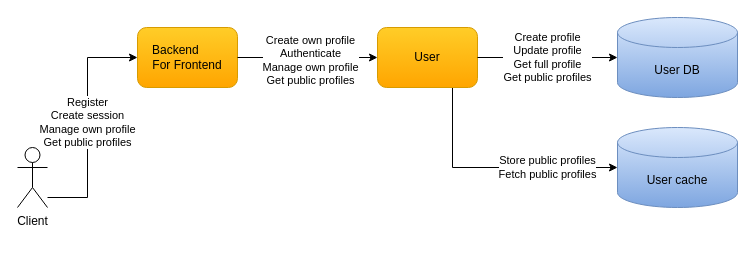
Above: docs/diagrams/cecochat-09-users.drawio in cvetomir-todorov/CecoChat (draw.io), before the change. Source tidied: cells renumbered, new cells numbered last; positions are measured from the earlier drawing's top-left corner, leaving out a move shared by most shapes. Both pictures are drawn from the tidied source at 100%, with x=0, y=0 at pixel (17, 17).
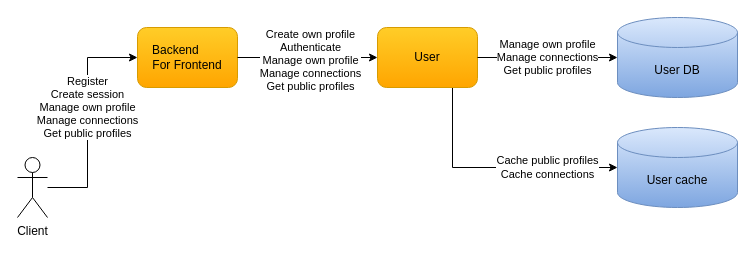
The same page after the edit.

Commit message (it also covers changes not shown here):
Update diagrams and images with the connections invite/approve/cancel/remove feature

The edit, as a diff of the source:
```diff
@@
 <mxGraphModel>
   <root>
     <mxCell id="0" />
     <mxCell id="1" parent="0" />
-    <mxCell id="2" value="Register&lt;br style=&quot;border-color: var(--border-color);&quot;&gt;Create session&lt;br style=&quot;border-color: var(--border-color);&quot;&gt;Manage own&amp;nbsp;profile&lt;br style=&quot;border-color: var(--border-color);&quot;&gt;Get public profiles" style="edgeStyle=orthogonalEdgeStyle;rounded=0;jettySize=auto;html=1;entryX=0;entryY=0.5;entryDx=0;entryDy=0;" parent="1" edge="1" source="3" target="4">
-      <mxGeometry relative="1" as="geometry">
+    <mxCell id="2" value="Register&lt;br style=&quot;border-color: var(--border-color);&quot;&gt;Create session&lt;br style=&quot;border-color: var(--border-color);&quot;&gt;Manage own&amp;nbsp;profile&lt;br style=&quot;border-color: var(--border-color);&quot;&gt;Manage connections&lt;br style=&quot;border-color: var(--border-color);&quot;&gt;Get public profiles" style="edgeStyle=orthogonalEdgeStyle;rounded=0;jettySize=auto;html=1;entryX=0;entryY=0.5;entryDx=0;entryDy=0;" parent="1" edge="1" source="3" target="4">
+      <mxGeometry x="0.09" relative="1" as="geometry">
         <Array as="points">
-          <mxPoint x="70" y="180" />
+          <mxPoint x="70" y="170" />
           <mxPoint x="70" y="40" />
         </Array>
       </mxGeometry>
     </mxCell>
     <mxCell id="3" value="Client" style="shape=umlActor;verticalLabelPosition=bottom;verticalAlign=top;html=1;outlineConnect=0;" parent="1" vertex="1">
-      <mxGeometry y="130" width="30" height="60" as="geometry" />
+      <mxGeometry y="140" width="30" height="60" as="geometry" />
     </mxCell>
     <mxCell id="4" value="&lt;font style=&quot;font-size: 12px&quot;&gt;Backend&amp;nbsp; &amp;nbsp; &amp;nbsp; &amp;nbsp;&lt;br&gt;For Frontend&lt;/font&gt;" style="rounded=1;whiteSpace=wrap;html=1;gradientColor=#ffa500;fillColor=#ffcd28;strokeColor=#d79b00;" parent="1" vertex="1">
       <mxGeometry x="120" y="10" width="100" height="60" as="geometry" />
     </mxCell>
-    <mxCell id="5" value="Store public profiles&lt;br&gt;Fetch public profiles" style="edgeStyle=orthogonalEdgeStyle;rounded=0;jettySize=auto;html=1;entryX=0;entryY=0.5;entryDx=0;entryDy=0;entryPerimeter=0;exitX=0.75;exitY=1;exitDx=0;exitDy=0;" parent="1" edge="1" source="6" target="10">
+    <mxCell id="5" value="Cache public profiles&lt;br style=&quot;border-color: var(--border-color);&quot;&gt;Cache connections" style="edgeStyle=orthogonalEdgeStyle;rounded=0;jettySize=auto;html=1;entryX=0;entryY=0.5;entryDx=0;entryDy=0;entryPerimeter=0;exitX=0.75;exitY=1;exitDx=0;exitDy=0;" parent="1" edge="1" source="6" target="10">
       <mxGeometry x="0.43" relative="1" as="geometry" />
     </mxCell>
     <mxCell id="6" value="&lt;font style=&quot;font-size: 12px&quot;&gt;User&lt;/font&gt;" style="rounded=1;whiteSpace=wrap;html=1;gradientColor=#ffa500;fillColor=#ffcd28;strokeColor=#d79b00;" parent="1" vertex="1">
       <mxGeometry x="360" y="10" width="100" height="60" as="geometry" />
     </mxCell>
     <mxCell id="7" value="User DB" style="shape=cylinder3;whiteSpace=wrap;html=1;boundedLbl=1;backgroundOutline=1;size=15;gradientColor=#7ea6e0;fillColor=#dae8fc;strokeColor=#6c8ebf;" parent="1" vertex="1">
       <mxGeometry x="600" width="120" height="80" as="geometry" />
     </mxCell>
-    <mxCell id="8" value="&lt;font style=&quot;font-size: 11px&quot;&gt;Create profile&lt;br style=&quot;border-color: var(--border-color);&quot;&gt;Update profile&lt;br style=&quot;border-color: var(--border-color);&quot;&gt;Get full profile&lt;br style=&quot;border-color: var(--border-color);&quot;&gt;Get public profiles&lt;br&gt;&lt;/font&gt;" style="rounded=0;jettySize=auto;html=1;entryX=0;entryY=0.5;entryDx=0;entryDy=0;entryPerimeter=0;startArrow=none;startFill=0;" parent="1" edge="1" target="7">
+    <mxCell id="8" value="&lt;font style=&quot;font-size: 11px&quot;&gt;Manage own profile&lt;br style=&quot;border-color: var(--border-color);&quot;&gt;Manage connections&lt;br style=&quot;border-color: var(--border-color);&quot;&gt;Get public profiles&lt;br&gt;&lt;/font&gt;" style="rounded=0;jettySize=auto;html=1;entryX=0;entryY=0.5;entryDx=0;entryDy=0;entryPerimeter=0;startArrow=none;startFill=0;" parent="1" edge="1" target="7">
       <mxGeometry relative="1" as="geometry">
         <mxPoint x="460" y="40" as="sourcePoint" />
       </mxGeometry>
     </mxCell>
-    <mxCell id="9" value="Create own profile&lt;br style=&quot;border-color: var(--border-color);&quot;&gt;Authenticate&lt;br style=&quot;border-color: var(--border-color);&quot;&gt;Manage own profile&lt;br style=&quot;border-color: var(--border-color);&quot;&gt;Get public profiles" style="endArrow=classic;html=1;entryX=0;entryY=0.5;entryDx=0;entryDy=0;exitX=1;exitY=0.5;exitDx=0;exitDy=0;" parent="1" edge="1" source="4" target="6">
+    <mxCell id="9" value="Create own profile&lt;br style=&quot;border-color: var(--border-color);&quot;&gt;Authenticate&lt;br style=&quot;border-color: var(--border-color);&quot;&gt;Manage own profile&lt;br style=&quot;border-color: var(--border-color);&quot;&gt;Manage connections&lt;br style=&quot;border-color: var(--border-color);&quot;&gt;Get public profiles" style="endArrow=classic;html=1;entryX=0;entryY=0.5;entryDx=0;entryDy=0;exitX=1;exitY=0.5;exitDx=0;exitDy=0;" parent="1" edge="1" source="4" target="6">
       <mxGeometry x="0.04" y="-3" relative="1" as="geometry" />
     </mxCell>
     <mxCell id="10" value="User cache" style="shape=cylinder3;whiteSpace=wrap;html=1;boundedLbl=1;backgroundOutline=1;size=15;gradientColor=#7ea6e0;fillColor=#dae8fc;strokeColor=#6c8ebf;" parent="1" vertex="1">
       <mxGeometry x="600" y="110" width="120" height="80" as="geometry" />
     </mxCell>
   </root>
 </mxGraphModel>
```
